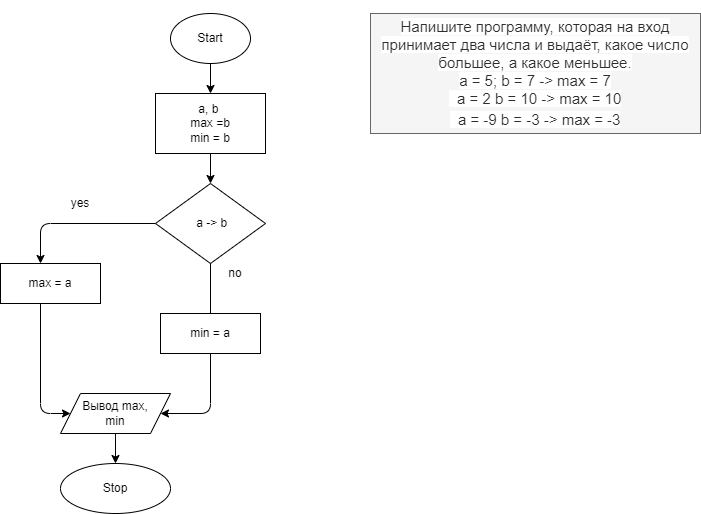
Before: Task001/diagram.drawio.png, a diagram exported from draw.io (DmitryKhomyakov/Tasks). Source tidied: cells renumbered, new cells last; positions are measured from the earlier drawing's top-left corner, leaving out a move shared by most shapes.
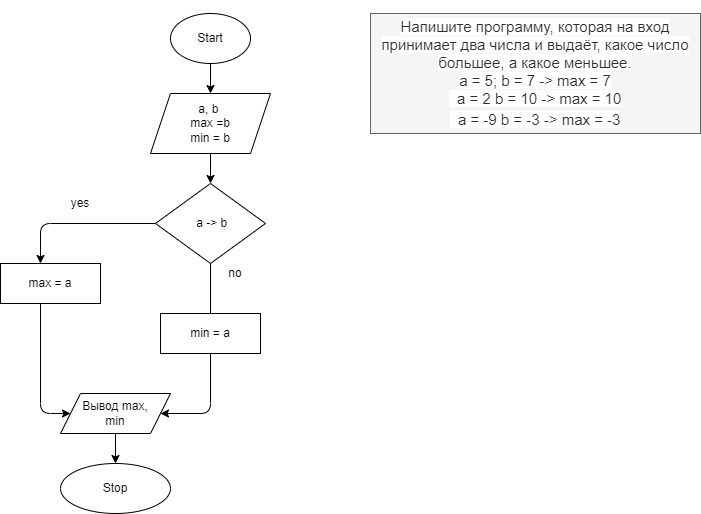
The same file after the commit.

Change to the diagram source:
```diff
@@ -2,18 +2,19 @@
   <root>
     <mxCell id="0" />
     <mxCell id="1" parent="0" />
-    <mxCell id="2" style="edgeStyle=none;html=1;" parent="1" edge="1" source="3" target="5">
-      <mxGeometry relative="1" as="geometry" />
+    <mxCell id="2" style="edgeStyle=none;html=1;" parent="1" edge="1" source="3">
+      <mxGeometry relative="1" as="geometry">
+        <mxPoint x="210" y="80" as="targetPoint" />
+      </mxGeometry>
     </mxCell>
     <mxCell id="3" value="Start" style="ellipse;whiteSpace=wrap;html=1;" parent="1" vertex="1">
       <mxGeometry x="170" width="80" height="50" as="geometry" />
     </mxCell>
-    <mxCell id="4" style="edgeStyle=none;html=1;" parent="1" edge="1" source="5" target="6">
-      <mxGeometry relative="1" as="geometry" />
+    <mxCell id="4" style="edgeStyle=none;html=1;" parent="1" edge="1" target="6">
+      <mxGeometry relative="1" as="geometry">
+        <mxPoint x="210" y="140" as="sourcePoint" />
+      </mxGeometry>
     </mxCell>
-    <mxCell id="5" value="a,&amp;nbsp;b&amp;nbsp;&lt;br&gt;max =b&lt;br&gt;min = b" style="whiteSpace=wrap;html=1;" parent="1" vertex="1">
-      <mxGeometry x="155" y="80" width="110" height="60" as="geometry" />
-    </mxCell>
     <mxCell id="6" value="&amp;nbsp;a -&amp;gt; b" style="rhombus;whiteSpace=wrap;html=1;" parent="1" vertex="1">
       <mxGeometry x="155" y="170" width="110" height="80" as="geometry" />
     </mxCell>
@@ -66,5 +67,8 @@
         </Array>
       </mxGeometry>
     </mxCell>
+    <mxCell id="5" value="a,&amp;nbsp;b&amp;nbsp;&lt;br&gt;max =b&lt;br&gt;min = b" style="shape=parallelogram;perimeter=parallelogramPerimeter;whiteSpace=wrap;html=1;fixedSize=1;" parent="1" vertex="1">
+      <mxGeometry x="150" y="80" width="120" height="60" as="geometry" />
+    </mxCell>
   </root>
 </mxGraphModel>
```
